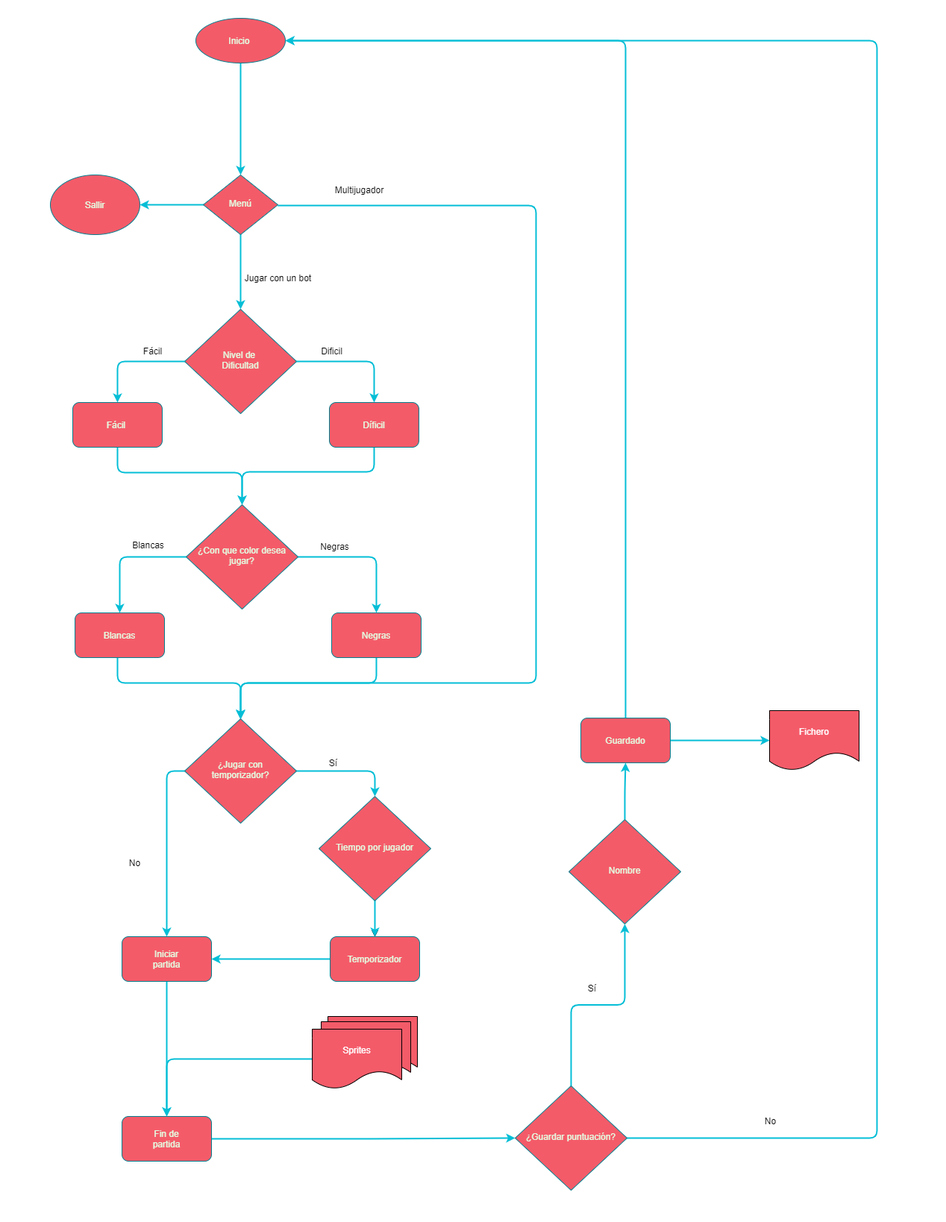
The draw.io diagram Diagrama de flujo!.png in aigora/twIE_2021-chkr_s-l, before a commit. Source tidied: cells renumbered, new cells last; positions are measured from the earlier drawing's top-left corner, leaving out a move shared by most shapes.
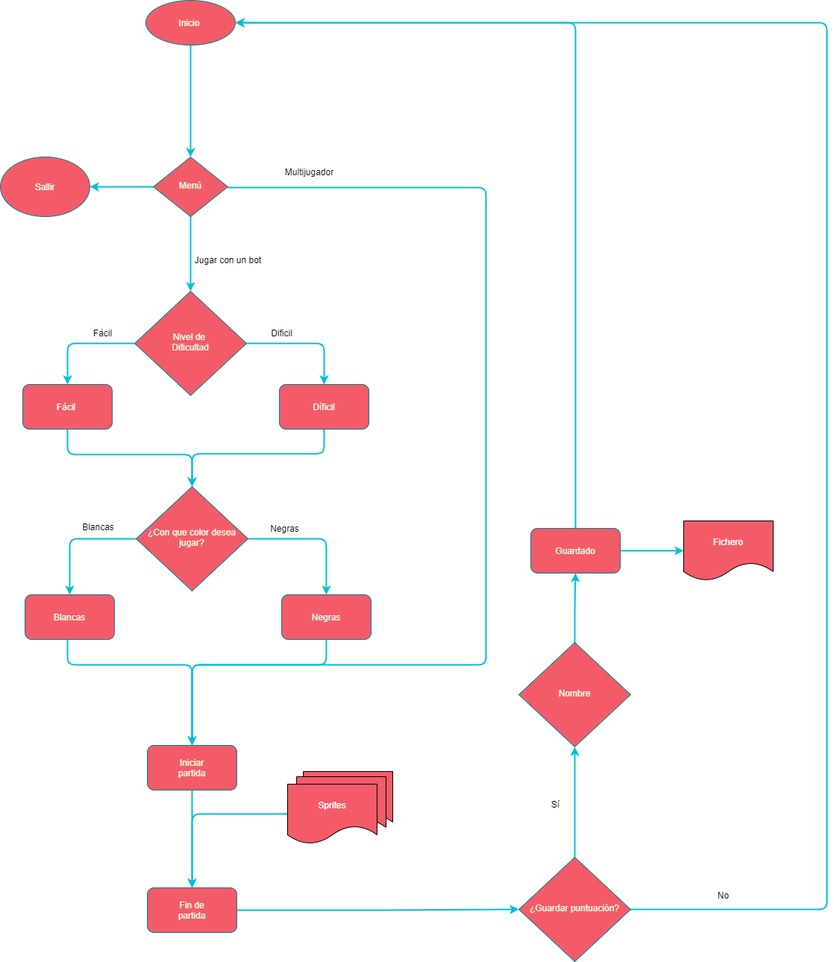
After the change.

Commit message:
Actualizado diagrama de flujo a definitivo

Change to the diagram source:
```diff
@@ -8,14 +8,13 @@
     <mxCell id="3" style="edgeStyle=orthogonalEdgeStyle;curved=0;rounded=1;sketch=0;jettySize=auto;html=1;entryX=0.5;entryY=0;entryDx=0;entryDy=0;fillColor=#F45B69;fontColor=#E4FDE1;strokeColor=#03BED6;strokeWidth=2;" parent="1" edge="1" source="5" target="19">
       <mxGeometry relative="1" as="geometry" />
     </mxCell>
-    <mxCell id="4" style="edgeStyle=orthogonalEdgeStyle;rounded=1;orthogonalLoop=1;jettySize=auto;html=1;entryX=0.5;entryY=0;entryDx=0;entryDy=0;strokeColor=#03BED6;strokeWidth=2;" parent="1" edge="1">
+    <mxCell id="4" style="edgeStyle=orthogonalEdgeStyle;rounded=1;jettySize=auto;html=1;entryX=0.5;entryY=0;entryDx=0;entryDy=0;strokeColor=#03BED6;strokeWidth=2;" parent="1" edge="1" target="42">
       <mxGeometry relative="1" as="geometry">
         <mxPoint x="305" y="251" as="sourcePoint" />
-        <mxPoint x="255" y="940" as="targetPoint" />
         <Array as="points">
           <mxPoint x="651" y="251" />
           <mxPoint x="651" y="891" />
-          <mxPoint x="255" y="891" />
+          <mxPoint x="257" y="891" />
         </Array>
       </mxGeometry>
     </mxCell>
@@ -51,23 +50,22 @@
     <mxCell id="13" value="Jugar con un bot&lt;br&gt;&lt;br&gt;" style="text;html=1;align=center;verticalAlign=middle;" parent="1" vertex="1">
       <mxGeometry x="250" y="340" width="110" height="30" as="geometry" />
     </mxCell>
-    <mxCell id="14" style="edgeStyle=orthogonalEdgeStyle;rounded=1;jettySize=auto;html=1;entryX=0.5;entryY=0;entryDx=0;entryDy=0;strokeWidth=2;strokeColor=#03BED6;" parent="1" edge="1" source="15" target="27">
+    <mxCell id="14" style="edgeStyle=orthogonalEdgeStyle;rounded=1;jettySize=auto;html=1;entryX=0.5;entryY=0;entryDx=0;entryDy=0;strokeWidth=2;strokeColor=#03BED6;" parent="1" edge="1" source="15" target="42">
       <mxGeometry relative="1" as="geometry">
         <Array as="points">
           <mxPoint x="90" y="891" />
-          <mxPoint x="255" y="891" />
-          <mxPoint x="255" y="908" />
+          <mxPoint x="257" y="891" />
         </Array>
       </mxGeometry>
     </mxCell>
     <mxCell id="15" value="Blancas" style="rounded=1;whiteSpace=wrap;html=1;fillColor=#F45B69;strokeColor=#028090;fontColor=#E4FDE1;" parent="1" vertex="1">
       <mxGeometry x="33" y="797" width="120" height="60" as="geometry" />
     </mxCell>
-    <mxCell id="16" style="edgeStyle=orthogonalEdgeStyle;rounded=1;jettySize=auto;html=1;entryX=0.5;entryY=0;entryDx=0;entryDy=0;strokeColor=#03BED6;strokeWidth=2;" parent="1" edge="1" source="17" target="27">
+    <mxCell id="16" style="edgeStyle=orthogonalEdgeStyle;rounded=1;jettySize=auto;html=1;entryX=0.5;entryY=0;entryDx=0;entryDy=0;strokeColor=#03BED6;strokeWidth=2;" parent="1" edge="1" source="17" target="42">
       <mxGeometry relative="1" as="geometry">
         <Array as="points">
           <mxPoint x="437" y="891" />
-          <mxPoint x="255" y="891" />
+          <mxPoint x="257" y="891" />
         </Array>
       </mxGeometry>
     </mxCell>
@@ -104,15 +102,6 @@
     <mxCell id="24" value="Díficil" style="rounded=1;whiteSpace=wrap;html=1;fillColor=#F45B69;strokeColor=#028090;fontColor=#E4FDE1;" parent="1" vertex="1">
       <mxGeometry x="374" y="515" width="120" height="60" as="geometry" />
     </mxCell>
-    <mxCell id="25" style="edgeStyle=orthogonalEdgeStyle;rounded=1;jettySize=auto;html=1;strokeColor=#03BED6;strokeWidth=2;exitX=0;exitY=0.5;exitDx=0;exitDy=0;" parent="1" edge="1" source="27" target="42">
-      <mxGeometry relative="1" as="geometry" />
-    </mxCell>
-    <mxCell id="26" style="edgeStyle=orthogonalEdgeStyle;rounded=1;jettySize=auto;html=1;entryX=0.5;entryY=0;entryDx=0;entryDy=0;strokeColor=#03BED6;strokeWidth=2;" parent="1" edge="1" source="27" target="38">
-      <mxGeometry relative="1" as="geometry" />
-    </mxCell>
-    <mxCell id="27" value="¿Jugar con temporizador?" style="rhombus;whiteSpace=wrap;html=1;shadow=0;fontFamily=Helvetica;fontSize=12;align=center;strokeWidth=1;spacing=6;spacingTop=-4;fillColor=#F45B69;strokeColor=#028090;fontColor=#E4FDE1;" parent="1" vertex="1">
-      <mxGeometry x="180" y="939" width="150" height="140" as="geometry" />
-    </mxCell>
     <mxCell id="28" value="Dificil&lt;br&gt;" style="text;html=1;align=center;verticalAlign=middle;" parent="1" vertex="1">
       <mxGeometry x="357" y="437" width="39" height="18" as="geometry" />
     </mxCell>
@@ -125,64 +114,37 @@
     <mxCell id="31" value="Blancas&lt;br&gt;" style="text;html=1;align=center;verticalAlign=middle;" parent="1" vertex="1">
       <mxGeometry x="104" y="697" width="53" height="18" as="geometry" />
     </mxCell>
-    <mxCell id="32" value="No&lt;br&gt;" style="text;html=1;align=center;verticalAlign=middle;fontColor=#050505;" parent="1" vertex="1">
-      <mxGeometry x="100" y="1123" width="25" height="18" as="geometry" />
-    </mxCell>
-    <mxCell id="33" value="Sí&lt;br&gt;" style="text;html=1;align=center;verticalAlign=middle;fontColor=#050505;" parent="1" vertex="1">
-      <mxGeometry x="369" y="989" width="21" height="18" as="geometry" />
-    </mxCell>
-    <mxCell id="34" style="edgeStyle=orthogonalEdgeStyle;rounded=0;jettySize=auto;html=1;" parent="1" edge="1" source="38" target="40">
-      <mxGeometry relative="1" as="geometry" />
-    </mxCell>
-    <mxCell id="35" style="edgeStyle=orthogonalEdgeStyle;rounded=0;jettySize=auto;html=1;entryX=0.5;entryY=0;entryDx=0;entryDy=0;" parent="1" edge="1" source="38" target="40">
-      <mxGeometry relative="1" as="geometry" />
-    </mxCell>
-    <mxCell id="36" style="edgeStyle=orthogonalEdgeStyle;rounded=0;jettySize=auto;html=1;entryX=0.5;entryY=0;entryDx=0;entryDy=0;" parent="1" edge="1" source="38" target="40">
-      <mxGeometry relative="1" as="geometry" />
-    </mxCell>
-    <mxCell id="37" style="edgeStyle=orthogonalEdgeStyle;rounded=1;jettySize=auto;html=1;strokeColor=#03BED6;strokeWidth=2;" parent="1" edge="1" source="38" target="40">
-      <mxGeometry relative="1" as="geometry" />
-    </mxCell>
-    <mxCell id="38" value="Tiempo por jugador" style="rhombus;whiteSpace=wrap;html=1;shadow=0;fontFamily=Helvetica;fontSize=12;align=center;strokeWidth=1;spacing=6;spacingTop=-4;fillColor=#F45B69;strokeColor=#028090;fontColor=#E4FDE1;" parent="1" vertex="1">
-      <mxGeometry x="360" y="1043" width="150" height="140" as="geometry" />
-    </mxCell>
-    <mxCell id="39" style="edgeStyle=orthogonalEdgeStyle;rounded=1;jettySize=auto;html=1;entryX=1;entryY=0.5;entryDx=0;entryDy=0;strokeColor=#03BED6;strokeWidth=2;" parent="1" edge="1" source="40" target="42">
-      <mxGeometry relative="1" as="geometry" />
-    </mxCell>
-    <mxCell id="40" value="Temporizador" style="rounded=1;whiteSpace=wrap;html=1;fillColor=#F45B69;strokeColor=#028090;fontColor=#E4FDE1;" parent="1" vertex="1">
-      <mxGeometry x="375" y="1231" width="120" height="60" as="geometry" />
-    </mxCell>
     <mxCell id="41" style="edgeStyle=orthogonalEdgeStyle;rounded=1;jettySize=auto;html=1;strokeColor=#03BED6;strokeWidth=2;" parent="1" edge="1" source="42" target="44">
       <mxGeometry relative="1" as="geometry" />
     </mxCell>
     <mxCell id="42" value="Iniciar&lt;br&gt;partida" style="rounded=1;whiteSpace=wrap;html=1;fillColor=#F45B69;strokeColor=#028090;fontColor=#E4FDE1;" parent="1" vertex="1">
-      <mxGeometry x="96" y="1231" width="120" height="60" as="geometry" />
+      <mxGeometry x="197" y="999" width="120" height="60" as="geometry" />
     </mxCell>
     <mxCell id="43" style="edgeStyle=orthogonalEdgeStyle;rounded=1;jettySize=auto;html=1;strokeColor=#03BED6;strokeWidth=2;" parent="1" edge="1" source="44" target="47">
       <mxGeometry relative="1" as="geometry" />
     </mxCell>
     <mxCell id="44" value="Fin de&lt;br&gt;partida" style="rounded=1;whiteSpace=wrap;html=1;fillColor=#F45B69;strokeColor=#028090;fontColor=#E4FDE1;" parent="1" vertex="1">
-      <mxGeometry x="96" y="1472" width="120" height="60" as="geometry" />
+      <mxGeometry x="197" y="1190" width="120" height="60" as="geometry" />
     </mxCell>
     <mxCell id="45" style="edgeStyle=orthogonalEdgeStyle;rounded=1;jettySize=auto;html=1;strokeColor=#03BED6;strokeWidth=2;" parent="1" edge="1" source="47" target="49">
       <mxGeometry relative="1" as="geometry" />
     </mxCell>
-    <mxCell id="46" style="edgeStyle=orthogonalEdgeStyle;rounded=1;jettySize=auto;html=1;strokeColor=#03BED6;strokeWidth=2;fontColor=#FFFFFF;entryX=1;entryY=0.5;entryDx=0;entryDy=0;" parent="1" edge="1" source="47" target="11">
+    <mxCell id="46" style="edgeStyle=orthogonalEdgeStyle;rounded=1;jettySize=auto;html=1;strokeColor=#03BED6;strokeWidth=2;fontColor=#FFFFFF;entryX=1;entryY=0.5;entryDx=0;entryDy=0;exitX=1;exitY=0.5;exitDx=0;exitDy=0;" parent="1" edge="1" source="47" target="11">
       <mxGeometry relative="1" as="geometry">
         <Array as="points">
-          <mxPoint x="1108" y="1501" />
+          <mxPoint x="1108" y="1219" />
           <mxPoint x="1108" y="30" />
         </Array>
       </mxGeometry>
     </mxCell>
     <mxCell id="47" value="¿Guardar puntuación?" style="rhombus;whiteSpace=wrap;html=1;shadow=0;fontFamily=Helvetica;fontSize=12;align=center;strokeWidth=1;spacing=6;spacingTop=-4;fillColor=#F45B69;strokeColor=#028090;fontColor=#E4FDE1;" parent="1" vertex="1">
-      <mxGeometry x="623" y="1431" width="150" height="140" as="geometry" />
+      <mxGeometry x="695" y="1149" width="150" height="140" as="geometry" />
     </mxCell>
     <mxCell id="48" style="edgeStyle=orthogonalEdgeStyle;rounded=1;jettySize=auto;html=1;strokeColor=#03BED6;strokeWidth=2;" parent="1" edge="1" source="49" target="52">
       <mxGeometry relative="1" as="geometry" />
     </mxCell>
     <mxCell id="49" value="Nombre" style="rhombus;whiteSpace=wrap;html=1;shadow=0;fontFamily=Helvetica;fontSize=12;align=center;strokeWidth=1;spacing=6;spacingTop=-4;fillColor=#F45B69;strokeColor=#028090;fontColor=#E4FDE1;" parent="1" vertex="1">
-      <mxGeometry x="695" y="1074" width="150" height="140" as="geometry" />
+      <mxGeometry x="695" y="861" width="150" height="140" as="geometry" />
     </mxCell>
     <mxCell id="50" style="edgeStyle=orthogonalEdgeStyle;rounded=1;jettySize=auto;html=1;entryX=0;entryY=0.5;entryDx=0;entryDy=0;strokeColor=#03BED6;strokeWidth=2;" parent="1" edge="1" source="52" target="55">
       <mxGeometry relative="1" as="geometry" />
@@ -195,28 +157,28 @@
       </mxGeometry>
     </mxCell>
     <mxCell id="52" value="Guardado" style="rounded=1;whiteSpace=wrap;html=1;fillColor=#F45B69;strokeColor=#028090;fontColor=#E4FDE1;" parent="1" vertex="1">
-      <mxGeometry x="711" y="938" width="120" height="60" as="geometry" />
+      <mxGeometry x="711" y="708" width="120" height="60" as="geometry" />
     </mxCell>
     <mxCell id="53" value="Sí&lt;br&gt;" style="text;html=1;align=center;verticalAlign=middle;" parent="1" vertex="1">
-      <mxGeometry x="716" y="1291" width="21" height="18" as="geometry" />
+      <mxGeometry x="733" y="1069" width="21" height="18" as="geometry" />
     </mxCell>
     <mxCell id="54" value="No&lt;br&gt;" style="text;html=1;align=center;verticalAlign=middle;" parent="1" vertex="1">
-      <mxGeometry x="952" y="1469" width="25" height="18" as="geometry" />
+      <mxGeometry x="956" y="1191" width="25" height="18" as="geometry" />
     </mxCell>
     <mxCell id="55" value="&lt;font color=&quot;#ffffff&quot;&gt;Fichero&lt;/font&gt;" style="shape=document;whiteSpace=wrap;html=1;boundedLbl=1;fillColor=#F45B69;" parent="1" vertex="1">
-      <mxGeometry x="964" y="928" width="120" height="80" as="geometry" />
+      <mxGeometry x="916" y="698" width="120" height="80" as="geometry" />
     </mxCell>
     <mxCell id="56" style="shape=document;whiteSpace=wrap;html=1;boundedLbl=1;fillColor=#F45B69;" parent="1" vertex="1">
-      <mxGeometry x="372" y="1338" width="120" height="80" as="geometry" />
+      <mxGeometry x="406" y="1034" width="120" height="80" as="geometry" />
     </mxCell>
     <mxCell id="57" style="shape=document;whiteSpace=wrap;html=1;boundedLbl=1;fillColor=#F45B69;" parent="1" vertex="1">
-      <mxGeometry x="363" y="1345" width="120" height="80" as="geometry" />
+      <mxGeometry x="397" y="1041" width="120" height="80" as="geometry" />
     </mxCell>
     <mxCell id="58" style="edgeStyle=orthogonalEdgeStyle;rounded=1;jettySize=auto;html=1;entryX=0.5;entryY=0;entryDx=0;entryDy=0;strokeColor=#03BED6;strokeWidth=2;fontColor=#FFFFFF;" parent="1" edge="1" source="59" target="44">
       <mxGeometry relative="1" as="geometry" />
     </mxCell>
     <mxCell id="59" value="Sprites" style="shape=document;whiteSpace=wrap;html=1;boundedLbl=1;fillColor=#F45B69;fontColor=#FFFFFF;" parent="1" vertex="1">
-      <mxGeometry x="351" y="1355" width="120" height="80" as="geometry" />
+      <mxGeometry x="385" y="1051" width="120" height="80" as="geometry" />
     </mxCell>
   </root>
 </mxGraphModel>
```
